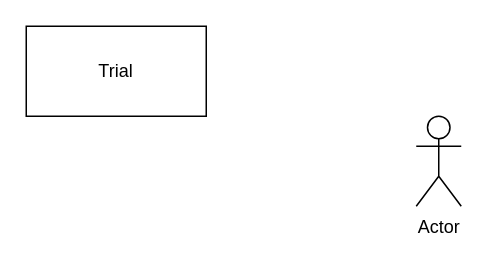
Before: architecture.drawio in thezsanett/ctianalytics, a draw.io diagram. Source tidied: cells renumbered, new cells numbered last; positions are measured from the earlier drawing's top-left corner, leaving out a move shared by most shapes. Both pictures are drawn from the tidied source at 150%, with x=0, y=0 at pixel (26, 26).
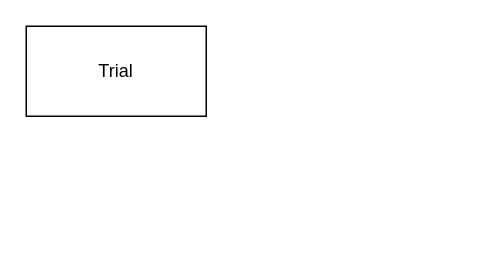
Above is the later version.

Commit message:
Deleted Zsanetts stickman

Diff of the diagram source:
```diff
@@
 <mxGraphModel>
   <root>
     <mxCell id="0" />
     <mxCell id="1" parent="0" />
     <mxCell id="2" value="Trial" style="rounded=0;whiteSpace=wrap;html=1;" parent="1" vertex="1">
       <mxGeometry width="120" height="60" as="geometry" />
     </mxCell>
-    <mxCell id="3" value="Actor" style="shape=umlActor;verticalLabelPosition=bottom;verticalAlign=top;html=1;" parent="1" vertex="1">
-      <mxGeometry x="260" y="60" width="30" height="60" as="geometry" />
-    </mxCell>
   </root>
 </mxGraphModel>
```
